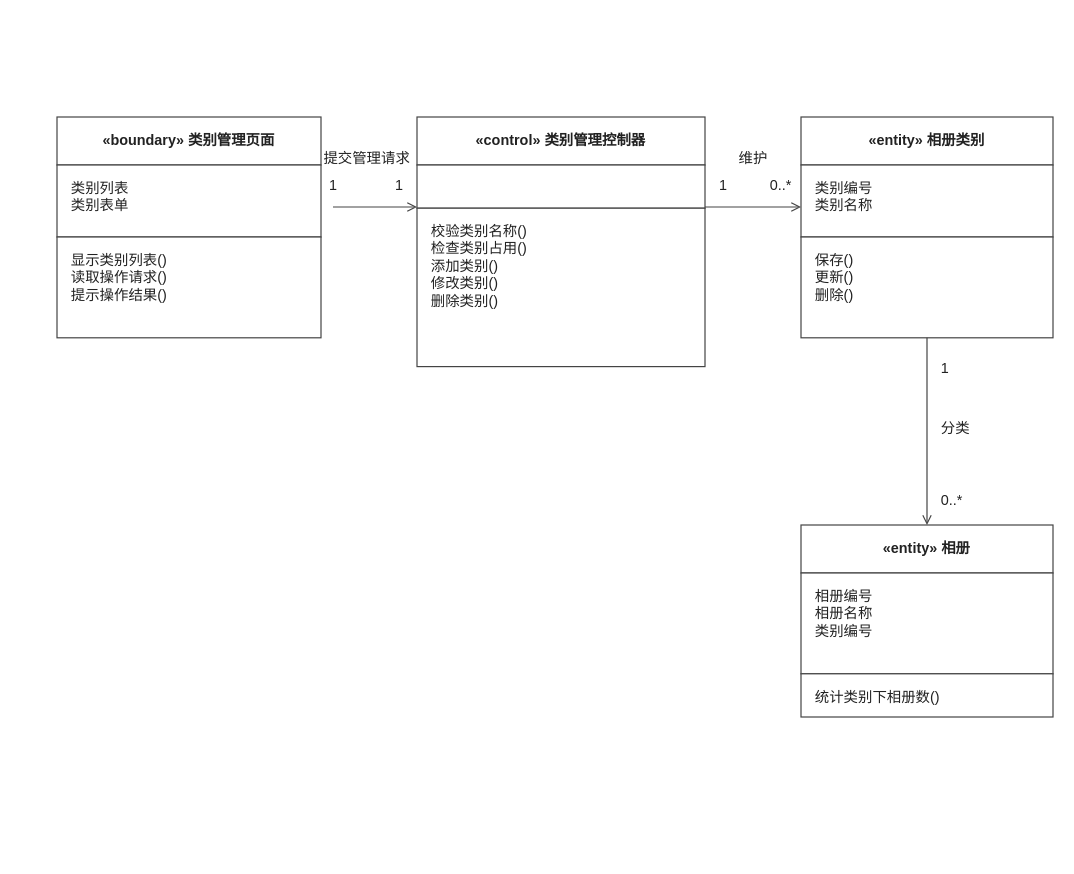
This is docs/交付/4-类别与评论-陈诺/images/相册类别管理_类模型图.drawio from chennuo1101/electronic-photo-album-system1, a draw.io file, before an edit. Source tidied: cells renumbered, new cells numbered last; positions are measured from the earlier drawing's top-left corner, leaving out a move shared by most shapes. Both pictures are drawn from the tidied source at 120%, with x=0, y=0 at pixel (56, 116).
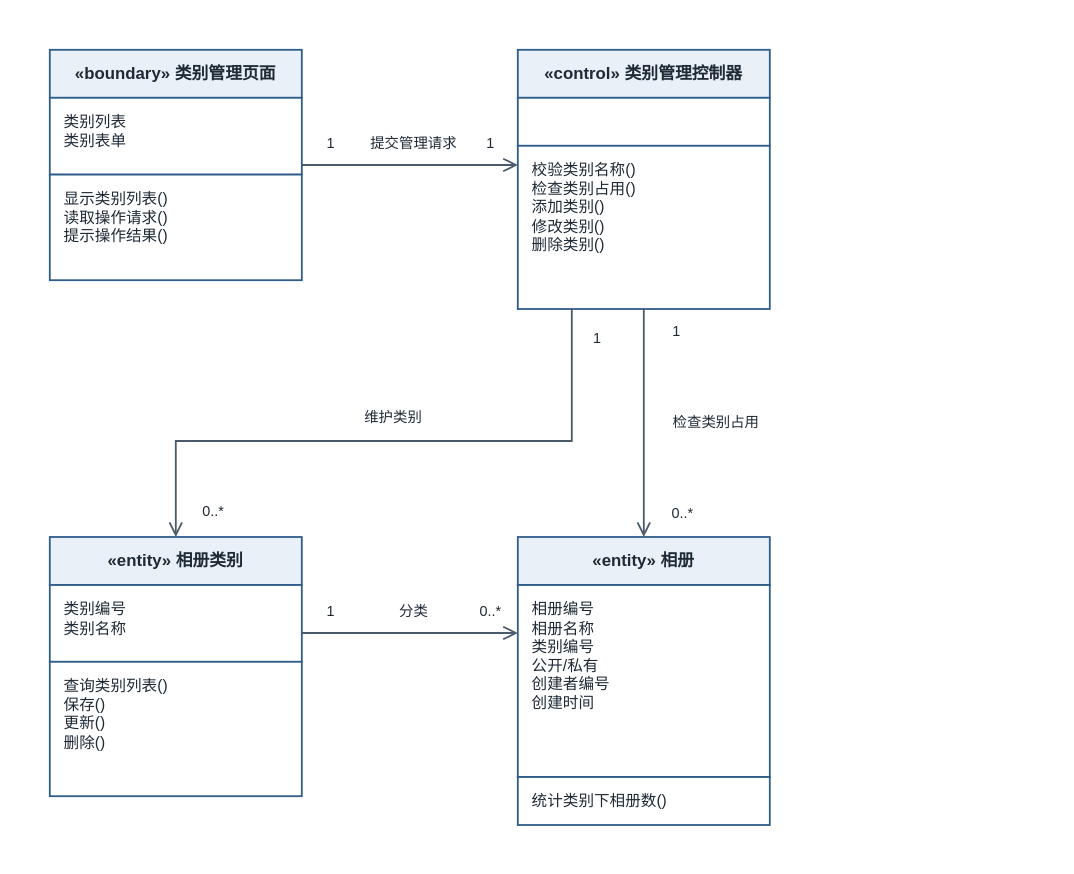
After the change.

Change to the diagram source:
```diff
@@
+    <mxCell id="26" style="rounded=0;whiteSpace=wrap;html=1;fillColor=#FFFFFF;strokeColor=none;" parent="1" vertex="1">
+      <mxGeometry x="-30" y="-80" width="668" height="694" as="geometry" />
+    </mxCell>
-    <mxCell id="2" value="«boundary» 类别管理页面" style="rounded=0;whiteSpace=wrap;html=1;fillColor=#FFFFFF;strokeColor=#444444;align=center;verticalAlign=middle;fontStyle=1;fontFamily=Microsoft YaHei;fontSize=12;fontColor=#222222;" parent="1" vertex="1">
-      <mxGeometry width="220" height="40" as="geometry" />
+    <mxCell id="2" value="«boundary» 类别管理页面" style="rounded=0;whiteSpace=wrap;html=1;fillColor=#E9F0F8;strokeColor=#2F5D8A;strokeWidth=1.5;align=center;verticalAlign=middle;fontStyle=1;fontFamily=Microsoft YaHei;fontSize=14;fontColor=#1F2A35;" parent="1" vertex="1">
+      <mxGeometry x="-6" y="-56" width="210" height="40" as="geometry" />
     </mxCell>
-    <mxCell id="3" value="类别列表&#10;类别表单" style="rounded=0;whiteSpace=wrap;html=1;fillColor=#FFFFFF;strokeColor=#444444;verticalAlign=top;align=left;spacingLeft=10;spacingTop=6;fontFamily=Microsoft YaHei;fontSize=12;fontColor=#222222;" parent="1" vertex="1">
-      <mxGeometry y="40" width="220" height="60" as="geometry" />
+    <mxCell id="3" value="类别列表&#10;类别表单" style="rounded=0;whiteSpace=wrap;html=1;fillColor=#FFFFFF;strokeColor=#2F5D8A;strokeWidth=1.5;align=left;verticalAlign=top;spacingLeft=10;spacingTop=6;fontFamily=Microsoft YaHei;fontSize=13;fontColor=#1F2A35;" parent="1" vertex="1">
+      <mxGeometry x="-6" y="-16" width="210" height="64" as="geometry" />
     </mxCell>
-    <mxCell id="4" value="显示类别列表()&#10;读取操作请求()&#10;提示操作结果()" style="rounded=0;whiteSpace=wrap;html=1;fillColor=#FFFFFF;strokeColor=#444444;verticalAlign=top;align=left;spacingLeft=10;spacingTop=6;fontFamily=Microsoft YaHei;fontSize=12;fontColor=#222222;" parent="1" vertex="1">
-      <mxGeometry y="100" width="220" height="84" as="geometry" />
+    <mxCell id="4" value="显示类别列表()&#10;读取操作请求()&#10;提示操作结果()" style="rounded=0;whiteSpace=wrap;html=1;fillColor=#FFFFFF;strokeColor=#2F5D8A;strokeWidth=1.5;align=left;verticalAlign=top;spacingLeft=10;spacingTop=6;fontFamily=Microsoft YaHei;fontSize=13;fontColor=#1F2A35;" parent="1" vertex="1">
+      <mxGeometry x="-6" y="48" width="210" height="88" as="geometry" />
     </mxCell>
-    <mxCell id="5" value="«control» 类别管理控制器" style="rounded=0;whiteSpace=wrap;html=1;fillColor=#FFFFFF;strokeColor=#444444;align=center;verticalAlign=middle;fontStyle=1;fontFamily=Microsoft YaHei;fontSize=12;fontColor=#222222;" parent="1" vertex="1">
-      <mxGeometry x="300" width="240" height="40" as="geometry" />
+    <mxCell id="5" value="«control» 类别管理控制器" style="rounded=0;whiteSpace=wrap;html=1;fillColor=#E9F0F8;strokeColor=#2F5D8A;strokeWidth=1.5;align=center;verticalAlign=middle;fontStyle=1;fontFamily=Microsoft YaHei;fontSize=14;fontColor=#1F2A35;" parent="1" vertex="1">
+      <mxGeometry x="384" y="-56" width="210" height="40" as="geometry" />
     </mxCell>
-    <mxCell id="6" style="rounded=0;whiteSpace=wrap;html=1;fillColor=#FFFFFF;strokeColor=#444444;verticalAlign=top;align=left;spacingLeft=10;spacingTop=6;fontFamily=Microsoft YaHei;fontSize=12;fontColor=#222222;" parent="1" vertex="1">
-      <mxGeometry x="300" y="40" width="240" height="36" as="geometry" />
-    </mxCell>
+    <mxCell id="27" style="rounded=0;whiteSpace=wrap;html=1;fillColor=#FFFFFF;strokeColor=#2F5D8A;strokeWidth=1.5;align=left;verticalAlign=top;spacingLeft=10;spacingTop=6;fontFamily=Microsoft YaHei;fontSize=13;fontColor=#1F2A35;" parent="1" vertex="1">
+      <mxGeometry x="384" y="-16" width="210" height="40" as="geometry" />
+    </mxCell>
-    <mxCell id="7" value="校验类别名称()&#10;检查类别占用()&#10;添加类别()&#10;修改类别()&#10;删除类别()" style="rounded=0;whiteSpace=wrap;html=1;fillColor=#FFFFFF;strokeColor=#444444;verticalAlign=top;align=left;spacingLeft=10;spacingTop=6;fontFamily=Microsoft YaHei;fontSize=12;fontColor=#222222;" parent="1" vertex="1">
-      <mxGeometry x="300" y="76" width="240" height="132" as="geometry" />
+    <mxCell id="7" value="校验类别名称()&#10;检查类别占用()&#10;添加类别()&#10;修改类别()&#10;删除类别()" style="rounded=0;whiteSpace=wrap;html=1;fillColor=#FFFFFF;strokeColor=#2F5D8A;strokeWidth=1.5;align=left;verticalAlign=top;spacingLeft=10;spacingTop=6;fontFamily=Microsoft YaHei;fontSize=13;fontColor=#1F2A35;" parent="1" vertex="1">
+      <mxGeometry x="384" y="24" width="210" height="136" as="geometry" />
     </mxCell>
-    <mxCell id="8" value="«entity» 相册类别" style="rounded=0;whiteSpace=wrap;html=1;fillColor=#FFFFFF;strokeColor=#444444;align=center;verticalAlign=middle;fontStyle=1;fontFamily=Microsoft YaHei;fontSize=12;fontColor=#222222;" parent="1" vertex="1">
-      <mxGeometry x="620" width="210" height="40" as="geometry" />
+    <mxCell id="8" value="«entity» 相册类别" style="rounded=0;whiteSpace=wrap;html=1;fillColor=#E9F0F8;strokeColor=#2F5D8A;strokeWidth=1.5;align=center;verticalAlign=middle;fontStyle=1;fontFamily=Microsoft YaHei;fontSize=14;fontColor=#1F2A35;" parent="1" vertex="1">
+      <mxGeometry x="-6" y="350" width="210" height="40" as="geometry" />
     </mxCell>
-    <mxCell id="9" value="类别编号&#10;类别名称" style="rounded=0;whiteSpace=wrap;html=1;fillColor=#FFFFFF;strokeColor=#444444;verticalAlign=top;align=left;spacingLeft=10;spacingTop=6;fontFamily=Microsoft YaHei;fontSize=12;fontColor=#222222;" parent="1" vertex="1">
-      <mxGeometry x="620" y="40" width="210" height="60" as="geometry" />
+    <mxCell id="9" value="类别编号&#10;类别名称" style="rounded=0;whiteSpace=wrap;html=1;fillColor=#FFFFFF;strokeColor=#2F5D8A;strokeWidth=1.5;align=left;verticalAlign=top;spacingLeft=10;spacingTop=6;fontFamily=Microsoft YaHei;fontSize=13;fontColor=#1F2A35;" parent="1" vertex="1">
+      <mxGeometry x="-6" y="390" width="210" height="64" as="geometry" />
     </mxCell>
-    <mxCell id="10" value="保存()&#10;更新()&#10;删除()" style="rounded=0;whiteSpace=wrap;html=1;fillColor=#FFFFFF;strokeColor=#444444;verticalAlign=top;align=left;spacingLeft=10;spacingTop=6;fontFamily=Microsoft YaHei;fontSize=12;fontColor=#222222;" parent="1" vertex="1">
-      <mxGeometry x="620" y="100" width="210" height="84" as="geometry" />
-    </mxCell>
+    <mxCell id="28" value="查询类别列表()&#10;保存()&#10;更新()&#10;删除()" style="rounded=0;whiteSpace=wrap;html=1;fillColor=#FFFFFF;strokeColor=#2F5D8A;strokeWidth=1.5;align=left;verticalAlign=top;spacingLeft=10;spacingTop=6;fontFamily=Microsoft YaHei;fontSize=13;fontColor=#1F2A35;" parent="1" vertex="1">
+      <mxGeometry x="-6" y="454" width="210" height="112" as="geometry" />
+    </mxCell>
-    <mxCell id="11" value="«entity» 相册" style="rounded=0;whiteSpace=wrap;html=1;fillColor=#FFFFFF;strokeColor=#444444;align=center;verticalAlign=middle;fontStyle=1;fontFamily=Microsoft YaHei;fontSize=12;fontColor=#222222;" parent="1" vertex="1">
-      <mxGeometry x="620" y="340" width="210" height="40" as="geometry" />
+    <mxCell id="11" value="«entity» 相册" style="rounded=0;whiteSpace=wrap;html=1;fillColor=#E9F0F8;strokeColor=#2F5D8A;strokeWidth=1.5;align=center;verticalAlign=middle;fontStyle=1;fontFamily=Microsoft YaHei;fontSize=14;fontColor=#1F2A35;" parent="1" vertex="1">
+      <mxGeometry x="384" y="350" width="210" height="40" as="geometry" />
     </mxCell>
-    <mxCell id="12" value="相册编号&#10;相册名称&#10;类别编号" style="rounded=0;whiteSpace=wrap;html=1;fillColor=#FFFFFF;strokeColor=#444444;verticalAlign=top;align=left;spacingLeft=10;spacingTop=6;fontFamily=Microsoft YaHei;fontSize=12;fontColor=#222222;" parent="1" vertex="1">
-      <mxGeometry x="620" y="380" width="210" height="84" as="geometry" />
-    </mxCell>
+    <mxCell id="29" value="相册编号&#10;相册名称&#10;类别编号&#10;公开/私有&#10;创建者编号&#10;创建时间" style="rounded=0;whiteSpace=wrap;html=1;fillColor=#FFFFFF;strokeColor=#2F5D8A;strokeWidth=1.5;align=left;verticalAlign=top;spacingLeft=10;spacingTop=6;fontFamily=Microsoft YaHei;fontSize=13;fontColor=#1F2A35;" parent="1" vertex="1">
+      <mxGeometry x="384" y="390" width="210" height="160" as="geometry" />
+    </mxCell>
-    <mxCell id="13" value="统计类别下相册数()" style="rounded=0;whiteSpace=wrap;html=1;fillColor=#FFFFFF;strokeColor=#444444;verticalAlign=top;align=left;spacingLeft=10;spacingTop=6;fontFamily=Microsoft YaHei;fontSize=12;fontColor=#222222;" parent="1" vertex="1">
-      <mxGeometry x="620" y="464" width="210" height="36" as="geometry" />
+    <mxCell id="13" value="统计类别下相册数()" style="rounded=0;whiteSpace=wrap;html=1;fillColor=#FFFFFF;strokeColor=#2F5D8A;strokeWidth=1.5;align=left;verticalAlign=top;spacingLeft=10;spacingTop=6;fontFamily=Microsoft YaHei;fontSize=13;fontColor=#1F2A35;" parent="1" vertex="1">
+      <mxGeometry x="384" y="550" width="210" height="40" as="geometry" />
     </mxCell>
-    <mxCell id="14" style="html=1;rounded=0;strokeColor=#444444;strokeWidth=1;startArrow=none;endArrow=open;endFill=0;" parent="1" edge="1">
-      <mxGeometry relative="1" as="geometry">
-        <mxPoint x="230" y="75" as="sourcePoint" />
-        <mxPoint x="300" y="75" as="targetPoint" />
-      </mxGeometry>
-    </mxCell>
-    <mxCell id="15" value="1" style="text;html=1;align=center;verticalAlign=middle;fillColor=none;strokeColor=none;fontFamily=Microsoft YaHei;fontSize=12;fontColor=#222222;" parent="1" vertex="1">
-      <mxGeometry x="220" y="47" width="20" height="20" as="geometry" />
-    </mxCell>
+    <mxCell id="30" style="html=1;rounded=0;strokeColor=#4A5A6A;strokeWidth=1.5;startArrow=none;endArrow=open;endFill=0;endSize=9;jumpStyle=arc;jumpSize=6;" parent="1" edge="1">
+      <mxGeometry relative="1" as="geometry">
+        <mxPoint x="204" y="40" as="sourcePoint" />
+        <mxPoint x="384" y="40" as="targetPoint" />
+      </mxGeometry>
+    </mxCell>
+    <mxCell id="31" value="1" style="text;html=1;align=center;verticalAlign=middle;fillColor=#FFFFFF;strokeColor=none;fontFamily=Microsoft YaHei;fontSize=12;fontColor=#1F2A35;" parent="1" vertex="1">
+      <mxGeometry x="214" y="13" width="28" height="18" as="geometry" />
+    </mxCell>
-    <mxCell id="16" value="提交管理请求" style="text;html=1;align=center;verticalAlign=middle;fillColor=none;strokeColor=none;fontFamily=Microsoft YaHei;fontSize=12;fontColor=#222222;" parent="1" vertex="1">
-      <mxGeometry x="220" y="25" width="75" height="20" as="geometry" />
+    <mxCell id="16" value="提交管理请求" style="text;html=1;align=center;verticalAlign=middle;fillColor=#FFFFFF;strokeColor=none;fontFamily=Microsoft YaHei;fontSize=12;fontColor=#1F2A35;" parent="1" vertex="1">
+      <mxGeometry x="250" y="13" width="94" height="18" as="geometry" />
     </mxCell>
-    <mxCell id="17" value="1" style="text;html=1;align=center;verticalAlign=middle;fillColor=none;strokeColor=none;fontFamily=Microsoft YaHei;fontSize=12;fontColor=#222222;" parent="1" vertex="1">
-      <mxGeometry x="275" y="47" width="20" height="20" as="geometry" />
-    </mxCell>
-    <mxCell id="18" style="html=1;rounded=0;strokeColor=#444444;strokeWidth=1;startArrow=none;endArrow=open;endFill=0;" parent="1" edge="1">
-      <mxGeometry relative="1" as="geometry">
-        <mxPoint x="540" y="75" as="sourcePoint" />
-        <mxPoint x="620" y="75" as="targetPoint" />
-      </mxGeometry>
-    </mxCell>
-    <mxCell id="19" value="1" style="text;html=1;align=center;verticalAlign=middle;fillColor=none;strokeColor=none;fontFamily=Microsoft YaHei;fontSize=12;fontColor=#222222;" parent="1" vertex="1">
-      <mxGeometry x="545" y="47" width="20" height="20" as="geometry" />
-    </mxCell>
-    <mxCell id="20" value="维护" style="text;html=1;align=center;verticalAlign=middle;fillColor=none;strokeColor=none;fontFamily=Microsoft YaHei;fontSize=12;fontColor=#222222;" parent="1" vertex="1">
-      <mxGeometry x="555" y="25" width="50" height="20" as="geometry" />
-    </mxCell>
-    <mxCell id="21" value="0..*" style="text;html=1;align=center;verticalAlign=middle;fillColor=none;strokeColor=none;fontFamily=Microsoft YaHei;fontSize=12;fontColor=#222222;" parent="1" vertex="1">
-      <mxGeometry x="585" y="47" width="35" height="20" as="geometry" />
-    </mxCell>
-    <mxCell id="22" style="html=1;rounded=0;strokeColor=#444444;strokeWidth=1;startArrow=none;endArrow=open;endFill=0;" parent="1" edge="1">
-      <mxGeometry relative="1" as="geometry">
-        <mxPoint x="725" y="184" as="sourcePoint" />
-        <mxPoint x="725" y="340" as="targetPoint" />
-      </mxGeometry>
-    </mxCell>
-    <mxCell id="23" value="1" style="text;html=1;align=left;verticalAlign=middle;fillColor=none;strokeColor=none;fontFamily=Microsoft YaHei;fontSize=12;fontColor=#222222;" parent="1" vertex="1">
-      <mxGeometry x="735" y="200" width="20" height="20" as="geometry" />
-    </mxCell>
+    <mxCell id="32" value="1" style="text;html=1;align=center;verticalAlign=middle;fillColor=#FFFFFF;strokeColor=none;fontFamily=Microsoft YaHei;fontSize=12;fontColor=#1F2A35;" parent="1" vertex="1">
+      <mxGeometry x="346" y="13" width="30" height="18" as="geometry" />
+    </mxCell>
+    <mxCell id="33" style="html=1;rounded=0;strokeColor=#4A5A6A;strokeWidth=1.5;startArrow=none;endArrow=open;endFill=0;endSize=9;jumpStyle=arc;jumpSize=6;" parent="1" edge="1">
+      <mxGeometry relative="1" as="geometry">
+        <mxPoint x="489" y="160" as="sourcePoint" />
+        <mxPoint x="489" y="350" as="targetPoint" />
+      </mxGeometry>
+    </mxCell>
+    <mxCell id="34" value="1" style="text;html=1;align=center;verticalAlign=middle;fillColor=#FFFFFF;strokeColor=none;fontFamily=Microsoft YaHei;fontSize=12;fontColor=#1F2A35;" parent="1" vertex="1">
+      <mxGeometry x="501" y="170" width="30" height="18" as="geometry" />
+    </mxCell>
+    <mxCell id="35" value="检查类别占用" style="text;html=1;align=center;verticalAlign=middle;fillColor=#FFFFFF;strokeColor=none;fontFamily=Microsoft YaHei;fontSize=12;fontColor=#1F2A35;" parent="1" vertex="1">
+      <mxGeometry x="501" y="246" width="96" height="18" as="geometry" />
+    </mxCell>
+    <mxCell id="36" value="0..*" style="text;html=1;align=center;verticalAlign=middle;fillColor=#FFFFFF;strokeColor=none;fontFamily=Microsoft YaHei;fontSize=12;fontColor=#1F2A35;" parent="1" vertex="1">
+      <mxGeometry x="501" y="322" width="40" height="18" as="geometry" />
+    </mxCell>
+    <mxCell id="37" style="html=1;rounded=0;strokeColor=#4A5A6A;strokeWidth=1.5;startArrow=none;endArrow=open;endFill=0;endSize=9;jumpStyle=arc;jumpSize=6;" parent="1" edge="1">
+      <mxGeometry relative="1" as="geometry">
+        <mxPoint x="429" y="160" as="sourcePoint" />
+        <mxPoint x="99" y="350" as="targetPoint" />
+        <Array as="points">
+          <mxPoint x="429" y="270" />
+          <mxPoint x="99" y="270" />
+        </Array>
+      </mxGeometry>
+    </mxCell>
+    <mxCell id="38" value="1" style="text;html=1;align=center;verticalAlign=middle;fillColor=#FFFFFF;strokeColor=none;fontFamily=Microsoft YaHei;fontSize=12;fontColor=#1F2A35;" parent="1" vertex="1">
+      <mxGeometry x="440" y="176" width="20" height="18" as="geometry" />
+    </mxCell>
+    <mxCell id="39" value="维护类别" style="text;html=1;align=center;verticalAlign=middle;fillColor=#FFFFFF;strokeColor=none;fontFamily=Microsoft YaHei;fontSize=12;fontColor=#1F2A35;" parent="1" vertex="1">
+      <mxGeometry x="230" y="242" width="100" height="18" as="geometry" />
+    </mxCell>
+    <mxCell id="40" value="0..*" style="text;html=1;align=center;verticalAlign=middle;fillColor=#FFFFFF;strokeColor=none;fontFamily=Microsoft YaHei;fontSize=12;fontColor=#1F2A35;" parent="1" vertex="1">
+      <mxGeometry x="110" y="320" width="40" height="18" as="geometry" />
+    </mxCell>
+    <mxCell id="41" style="html=1;rounded=0;strokeColor=#4A5A6A;strokeWidth=1.5;startArrow=none;endArrow=open;endFill=0;endSize=9;jumpStyle=arc;jumpSize=6;" parent="1" edge="1">
+      <mxGeometry relative="1" as="geometry">
+        <mxPoint x="204" y="430" as="sourcePoint" />
+        <mxPoint x="384" y="430" as="targetPoint" />
+      </mxGeometry>
+    </mxCell>
+    <mxCell id="42" value="1" style="text;html=1;align=center;verticalAlign=middle;fillColor=#FFFFFF;strokeColor=none;fontFamily=Microsoft YaHei;fontSize=12;fontColor=#1F2A35;" parent="1" vertex="1">
+      <mxGeometry x="214" y="403" width="28" height="18" as="geometry" />
+    </mxCell>
-    <mxCell id="24" value="分类" style="text;html=1;align=left;verticalAlign=middle;fillColor=none;strokeColor=none;fontFamily=Microsoft YaHei;fontSize=12;fontColor=#222222;" parent="1" vertex="1">
-      <mxGeometry x="735" y="250" width="50" height="20" as="geometry" />
+    <mxCell id="24" value="分类" style="text;html=1;align=center;verticalAlign=middle;fillColor=#FFFFFF;strokeColor=none;fontFamily=Microsoft YaHei;fontSize=12;fontColor=#1F2A35;" parent="1" vertex="1">
+      <mxGeometry x="250" y="403" width="94" height="18" as="geometry" />
     </mxCell>
-    <mxCell id="25" value="0..*" style="text;html=1;align=left;verticalAlign=middle;fillColor=none;strokeColor=none;fontFamily=Microsoft YaHei;fontSize=12;fontColor=#222222;" parent="1" vertex="1">
-      <mxGeometry x="735" y="310" width="40" height="20" as="geometry" />
-    </mxCell>
+    <mxCell id="43" value="0..*" style="text;html=1;align=center;verticalAlign=middle;fillColor=#FFFFFF;strokeColor=none;fontFamily=Microsoft YaHei;fontSize=12;fontColor=#1F2A35;" parent="1" vertex="1">
+      <mxGeometry x="346" y="403" width="30" height="18" as="geometry" />
+    </mxCell>
```
